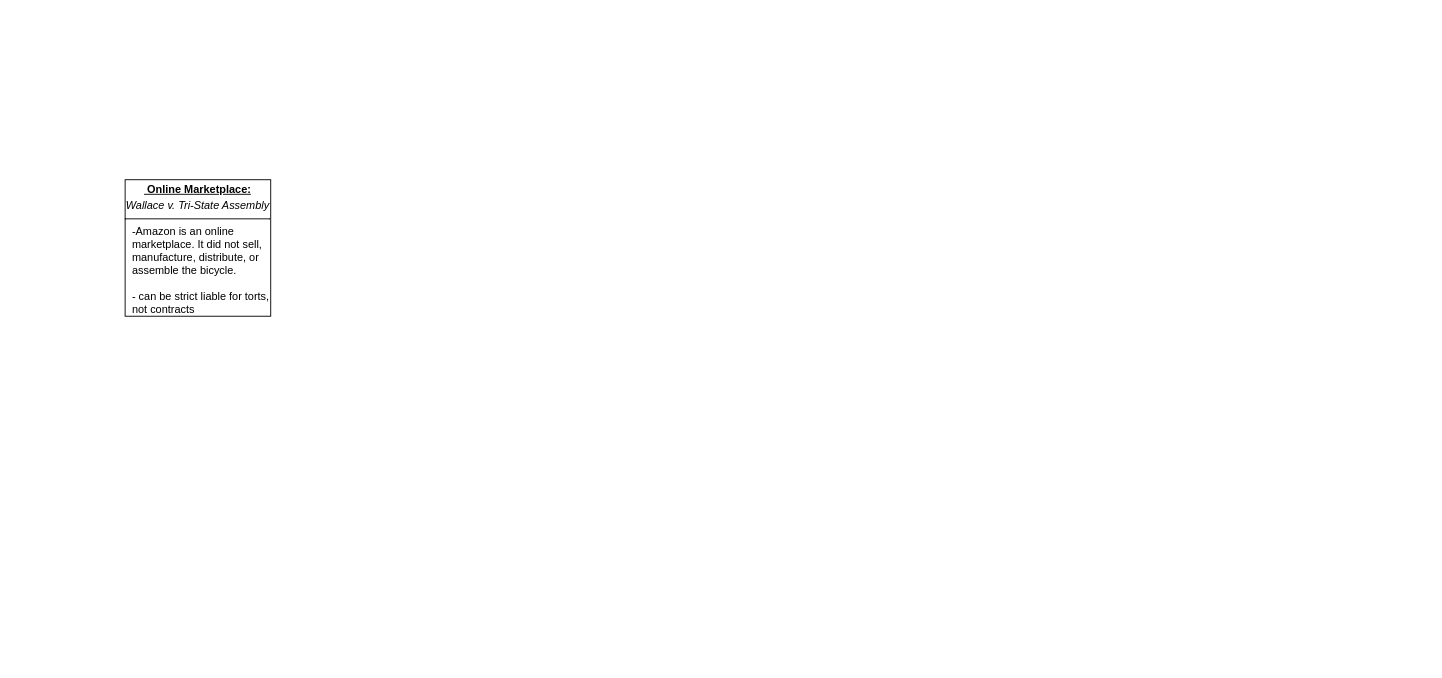
This is LAWRA FINAL.drawio from Jdcruz831/law-school, a draw.io file, before an edit. Source tidied: cells renumbered, new cells numbered last; positions are measured from the earlier drawing's top-left corner, leaving out a move shared by most shapes. Both pictures are drawn from the tidied source at 91%, with x=0, y=0 at pixel (125, 179).
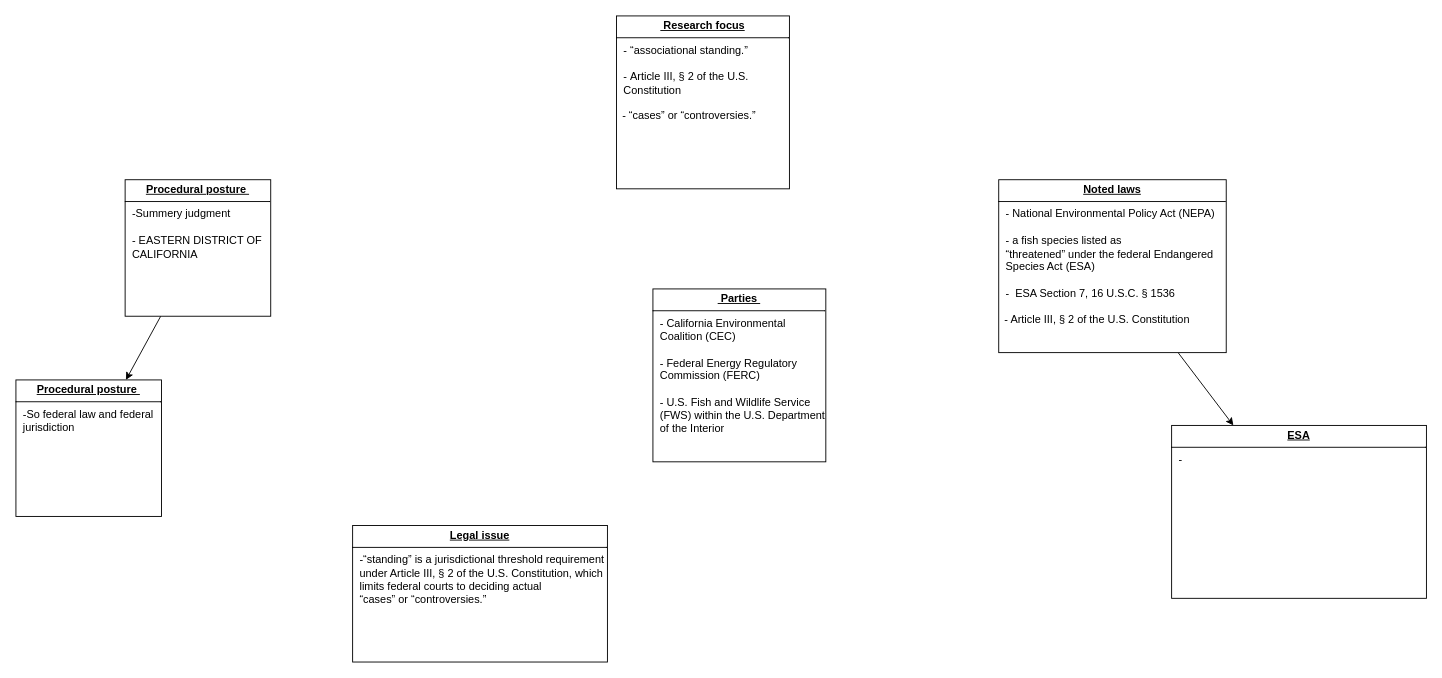
After the change.

The edit, as a diff of the source:
```diff
@@
 <mxGraphModel>
   <root>
     <mxCell id="0" />
     <mxCell id="1" parent="0" />
+    <mxCell id="3" style="edgeStyle=none;rounded=0;jettySize=auto;html=1;" parent="1" edge="1" source="2" target="10">
+      <mxGeometry relative="1" as="geometry" />
+    </mxCell>
-    <mxCell id="2" value="&lt;p style=&quot;text-align: center; margin: 4px 0px 0px;&quot;&gt;&lt;span style=&quot;text-align: left;&quot;&gt;&lt;b&gt;&lt;u&gt;&amp;nbsp;Online M&lt;/u&gt;&lt;/b&gt;&lt;/span&gt;&lt;b&gt;&lt;u&gt;arketplace:&lt;/u&gt;&lt;/b&gt;&lt;/p&gt;&lt;p style=&quot;margin: 4px 0px 0px; text-align: center;&quot;&gt;&lt;i&gt;Wallace v. Tri-State Assembly&lt;/i&gt;&lt;br&gt;&lt;/p&gt;&lt;hr size=&quot;1&quot; style=&quot;border-style:solid;&quot;&gt;&lt;p style=&quot;margin:0px;margin-left:8px;&quot;&gt;-Amazon is an online marketplace. It did not sell,&lt;/p&gt;&lt;p style=&quot;margin:0px;margin-left:8px;&quot;&gt;manufacture, distribute, or assemble the bicycle.&lt;/p&gt;&lt;p style=&quot;margin:0px;margin-left:8px;&quot;&gt;&lt;br&gt;&lt;/p&gt;&lt;p style=&quot;margin:0px;margin-left:8px;&quot;&gt;- can be strict liable for torts, not contracts&lt;/p&gt;&lt;div&gt;&lt;br&gt;&lt;/div&gt;" style="verticalAlign=top;align=left;overflow=fill;html=1;whiteSpace=wrap;" parent="1" vertex="1">
+    <mxCell id="2" value="&lt;p style=&quot;text-align: center; margin: 4px 0px 0px;&quot;&gt;&lt;span style=&quot;text-align: left;&quot;&gt;&lt;b&gt;&lt;u&gt;Procedural posture&amp;nbsp;&lt;/u&gt;&lt;/b&gt;&lt;/span&gt;&lt;/p&gt;&lt;hr size=&quot;1&quot; style=&quot;border-style:solid;&quot;&gt;&lt;p style=&quot;margin:0px;margin-left:8px;&quot;&gt;-Summery judgment&amp;nbsp;&lt;/p&gt;&lt;p style=&quot;margin:0px;margin-left:8px;&quot;&gt;&lt;br&gt;&lt;/p&gt;&lt;p style=&quot;margin:0px;margin-left:8px;&quot;&gt;-&amp;nbsp;EASTERN DISTRICT OF CALIFORNIA&lt;/p&gt;&lt;div&gt;&lt;br&gt;&lt;/div&gt;" style="verticalAlign=top;align=left;overflow=fill;html=1;whiteSpace=wrap;" parent="1" vertex="1">
       <mxGeometry width="160" height="150" as="geometry" />
     </mxCell>
+    <mxCell id="4" value="&lt;p style=&quot;text-align: center; margin: 4px 0px 0px;&quot;&gt;&lt;span style=&quot;text-align: left;&quot;&gt;&lt;b&gt;&lt;u&gt;&amp;nbsp;Parties&amp;nbsp;&lt;/u&gt;&lt;/b&gt;&lt;/span&gt;&lt;/p&gt;&lt;hr size=&quot;1&quot; style=&quot;border-style:solid;&quot;&gt;&lt;p style=&quot;margin:0px;margin-left:8px;&quot;&gt;- California Environmental Coalition (CEC)&amp;nbsp;&lt;/p&gt;&lt;p style=&quot;margin:0px;margin-left:8px;&quot;&gt;&lt;br&gt;&lt;/p&gt;&lt;p style=&quot;margin:0px;margin-left:8px;&quot;&gt;-&amp;nbsp;Federal Energy Regulatory Commission (FERC)&lt;/p&gt;&lt;p style=&quot;margin:0px;margin-left:8px;&quot;&gt;&lt;br&gt;&lt;/p&gt;&lt;p style=&quot;margin:0px;margin-left:8px;&quot;&gt;-&amp;nbsp;U.S. Fish and Wildlife Service (FWS) within the U.S. Department of the Interior&lt;/p&gt;&lt;div&gt;&lt;br&gt;&lt;/div&gt;" style="verticalAlign=top;align=left;overflow=fill;html=1;whiteSpace=wrap;" parent="1" vertex="1">
+      <mxGeometry x="580" y="120" width="190" height="190" as="geometry" />
+    </mxCell>
+    <mxCell id="5" style="rounded=0;jettySize=auto;html=1;" parent="1" edge="1" source="6" target="8">
+      <mxGeometry relative="1" as="geometry" />
+    </mxCell>
+    <mxCell id="6" value="&lt;p style=&quot;text-align: center; margin: 4px 0px 0px;&quot;&gt;&lt;span style=&quot;text-align: left;&quot;&gt;&lt;b&gt;&lt;u&gt;Noted laws&lt;/u&gt;&lt;/b&gt;&lt;/span&gt;&lt;/p&gt;&lt;hr size=&quot;1&quot; style=&quot;border-style:solid;&quot;&gt;&lt;p style=&quot;margin:0px;margin-left:8px;&quot;&gt;- National Environmental Policy Act (NEPA)&lt;/p&gt;&lt;p style=&quot;margin:0px;margin-left:8px;&quot;&gt;&lt;br&gt;&lt;/p&gt;&lt;p style=&quot;margin:0px;margin-left:8px;&quot;&gt;- a fish species listed as&lt;/p&gt;&lt;p style=&quot;margin:0px;margin-left:8px;&quot;&gt;“threatened” under the federal Endangered Species Act (ESA)&lt;/p&gt;&lt;p style=&quot;margin:0px;margin-left:8px;&quot;&gt;&lt;br&gt;&lt;/p&gt;&lt;p style=&quot;margin:0px;margin-left:8px;&quot;&gt;-&amp;nbsp;&amp;nbsp;ESA Section 7, 16 U.S.C. § 1536&lt;/p&gt;&lt;div&gt;&lt;br&gt;&lt;/div&gt;&lt;div&gt;&lt;span style=&quot;white-space: pre;&quot;&gt;&amp;nbsp; - Article III, § 2 of the U.S. Constitution&lt;/span&gt;&lt;/div&gt;" style="verticalAlign=top;align=left;overflow=fill;html=1;whiteSpace=wrap;" parent="1" vertex="1">
+      <mxGeometry x="960" width="250" height="190" as="geometry" />
+    </mxCell>
+    <mxCell id="7" value="&lt;p style=&quot;text-align: center; margin: 4px 0px 0px;&quot;&gt;&lt;span style=&quot;text-align: left;&quot;&gt;&lt;b&gt;&lt;u&gt;Legal issue&lt;/u&gt;&lt;/b&gt;&lt;/span&gt;&lt;/p&gt;&lt;hr size=&quot;1&quot; style=&quot;border-style:solid;&quot;&gt;&lt;p style=&quot;margin:0px;margin-left:8px;&quot;&gt;-“standing” is a jurisdictional threshold requirement&lt;/p&gt;&lt;p style=&quot;margin:0px;margin-left:8px;&quot;&gt;under Article III, § 2 of the U.S. Constitution, which limits federal courts to deciding actual&lt;/p&gt;&lt;p style=&quot;margin:0px;margin-left:8px;&quot;&gt;“cases” or “controversies.”&lt;/p&gt;&lt;div&gt;&lt;br&gt;&lt;/div&gt;" style="verticalAlign=top;align=left;overflow=fill;html=1;whiteSpace=wrap;" parent="1" vertex="1">
+      <mxGeometry x="250" y="380" width="280" height="150" as="geometry" />
+    </mxCell>
+    <mxCell id="8" value="&lt;p style=&quot;text-align: center; margin: 4px 0px 0px;&quot;&gt;&lt;span style=&quot;text-align: left;&quot;&gt;&lt;b&gt;&lt;u&gt;ESA&lt;/u&gt;&lt;/b&gt;&lt;/span&gt;&lt;/p&gt;&lt;hr size=&quot;1&quot; style=&quot;border-style:solid;&quot;&gt;&lt;p style=&quot;margin:0px;margin-left:8px;&quot;&gt;-&amp;nbsp;&lt;/p&gt;" style="verticalAlign=top;align=left;overflow=fill;html=1;whiteSpace=wrap;" parent="1" vertex="1">
+      <mxGeometry x="1150" y="270" width="280" height="190" as="geometry" />
+    </mxCell>
+    <mxCell id="9" value="&lt;p style=&quot;text-align: center; margin: 4px 0px 0px;&quot;&gt;&lt;span style=&quot;text-align: left;&quot;&gt;&lt;b&gt;&lt;u&gt;&amp;nbsp;Research focus&lt;/u&gt;&lt;/b&gt;&lt;/span&gt;&lt;/p&gt;&lt;hr size=&quot;1&quot; style=&quot;border-style:solid;&quot;&gt;&lt;p style=&quot;margin:0px;margin-left:8px;&quot;&gt;-&amp;nbsp;“associational standing.”&lt;/p&gt;&lt;p style=&quot;margin:0px;margin-left:8px;&quot;&gt;&lt;br&gt;&lt;/p&gt;&lt;p style=&quot;margin:0px;margin-left:8px;&quot;&gt;-&amp;nbsp;Article III, § 2 of the U.S. Constitution&lt;/p&gt;&lt;div&gt;&lt;br&gt;&lt;/div&gt;&lt;div&gt;&lt;span style=&quot;white-space: pre;&quot;&gt;&amp;nbsp; - “cases” or “controversies.”&lt;/span&gt;&lt;/div&gt;" style="verticalAlign=top;align=left;overflow=fill;html=1;whiteSpace=wrap;" parent="1" vertex="1">
+      <mxGeometry x="540" y="-180" width="190" height="190" as="geometry" />
+    </mxCell>
+    <mxCell id="10" value="&lt;p style=&quot;text-align: center; margin: 4px 0px 0px;&quot;&gt;&lt;span style=&quot;text-align: left;&quot;&gt;&lt;b&gt;&lt;u&gt;Procedural posture&amp;nbsp;&lt;/u&gt;&lt;/b&gt;&lt;/span&gt;&lt;/p&gt;&lt;hr size=&quot;1&quot; style=&quot;border-style:solid;&quot;&gt;&lt;p style=&quot;margin:0px;margin-left:8px;&quot;&gt;-So federal law and federal jurisdiction&amp;nbsp;&lt;/p&gt;" style="verticalAlign=top;align=left;overflow=fill;html=1;whiteSpace=wrap;" parent="1" vertex="1">
+      <mxGeometry x="-120" y="220" width="160" height="150" as="geometry" />
+    </mxCell>
   </root>
 </mxGraphModel>
```
